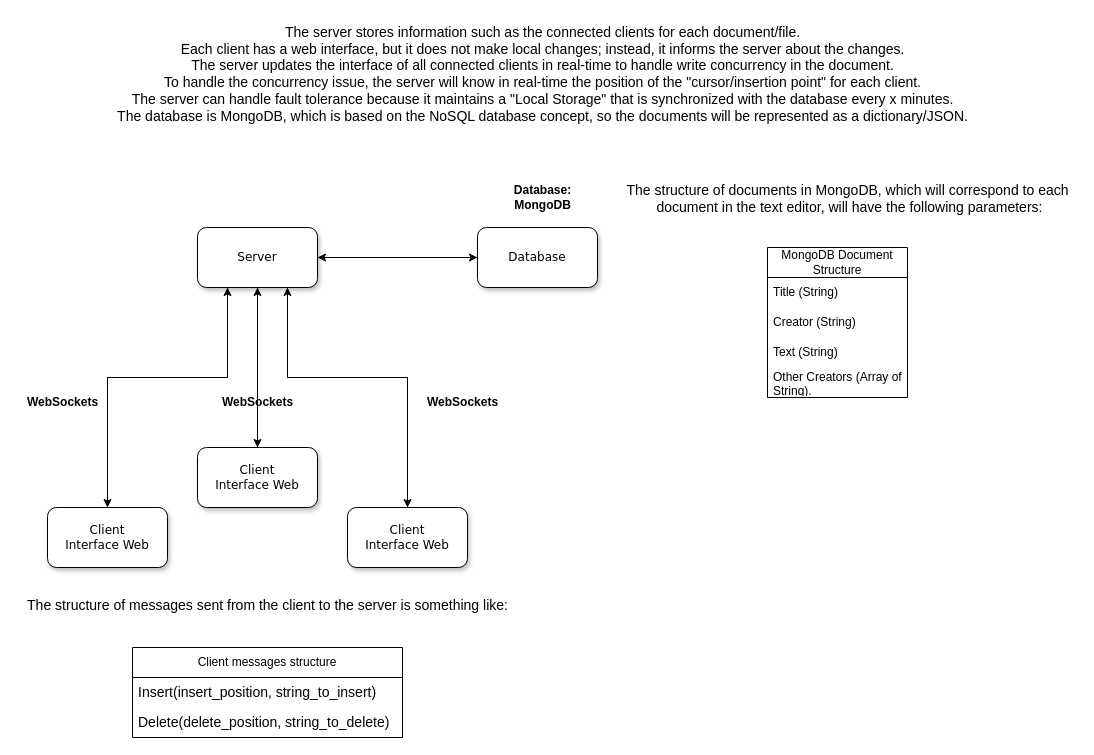
BrenoFariasdaSilva/TextSync keeps this draw.io diagram as assets/English/TextSync-EN.drawio. Above is the earlier version. Source tidied: cells renumbered, new cells numbered last; positions are measured from the earlier drawing's top-left corner, leaving out a move shared by most shapes. Both pictures are drawn from the tidied source at 100%, with x=0, y=0 at pixel (17, 17).
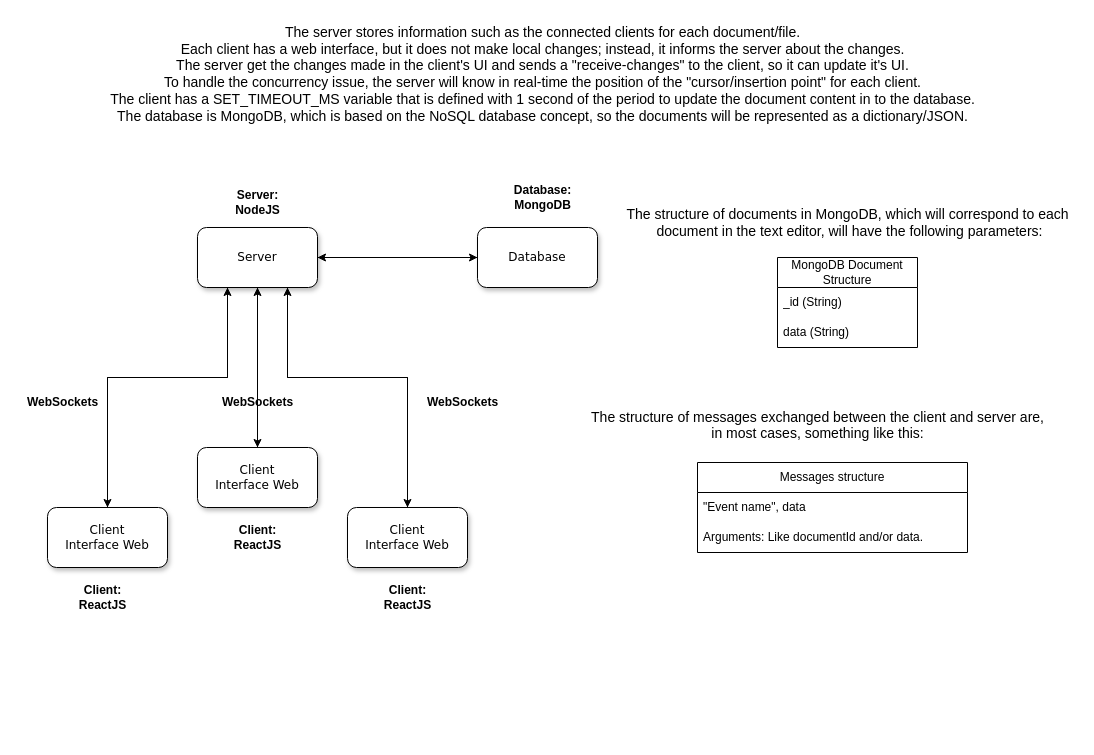
The same diagram, later.

What changed in the source:
```diff
@@
     <mxCell id="19" value="MongoDB Document Structure" style="swimlane;fontStyle=0;horizontal=1;startSize=30;whiteSpace=wrap;html=1;" parent="1" vertex="1">
-      <mxGeometry x="750" y="230" width="140" height="150" as="geometry" />
+      <mxGeometry x="760" y="240" width="140" height="90" as="geometry" />
     </mxCell>
-    <mxCell id="20" value="Title (String)" style="text;strokeColor=none;fillColor=none;align=left;verticalAlign=middle;spacingLeft=4;spacingRight=4;overflow=hidden;whiteSpace=wrap;html=1;" parent="19" vertex="1">
+    <mxCell id="20" value="_id (String)" style="text;strokeColor=none;fillColor=none;align=left;verticalAlign=middle;spacingLeft=4;spacingRight=4;overflow=hidden;whiteSpace=wrap;html=1;" parent="19" vertex="1">
       <mxGeometry y="30" width="140" height="30" as="geometry" />
     </mxCell>
-    <mxCell id="21" value="Creator (String)" style="text;strokeColor=none;fillColor=none;align=left;verticalAlign=middle;spacingLeft=4;spacingRight=4;overflow=hidden;whiteSpace=wrap;html=1;" parent="19" vertex="1">
+    <mxCell id="21" value="data (String)" style="text;strokeColor=none;fillColor=none;align=left;verticalAlign=middle;spacingLeft=4;spacingRight=4;overflow=hidden;whiteSpace=wrap;html=1;" parent="19" vertex="1">
       <mxGeometry y="60" width="140" height="30" as="geometry" />
     </mxCell>
-    <mxCell id="22" value="Text  (String)" style="text;strokeColor=none;fillColor=none;align=left;verticalAlign=middle;spacingLeft=4;spacingRight=4;overflow=hidden;whiteSpace=wrap;html=1;" parent="19" vertex="1">
-      <mxGeometry y="90" width="140" height="30" as="geometry" />
-    </mxCell>
-    <mxCell id="23" value="Other Creators (Array of String)." style="text;strokeColor=none;fillColor=none;align=left;verticalAlign=middle;spacingLeft=4;spacingRight=4;overflow=hidden;whiteSpace=wrap;html=1;" parent="19" vertex="1">
-      <mxGeometry y="120" width="140" height="30" as="geometry" />
-    </mxCell>
-    <mxCell id="24" value="&lt;div&gt;&lt;font style=&quot;font-size: 14px;&quot;&gt;The structure of documents in MongoDB, which will correspond to each&lt;/font&gt;&lt;/div&gt;&lt;div&gt;&lt;font style=&quot;font-size: 14px;&quot;&gt;&amp;nbsp;document in the text editor, will have the following parameters:&lt;/font&gt;&lt;/div&gt;&lt;font style=&quot;font-size: 14px;&quot;&gt;&lt;br&gt;&lt;/font&gt;" style="text;html=1;align=center;verticalAlign=middle;strokeColor=none;fillColor=none;" parent="1" vertex="1">
-      <mxGeometry x="600" y="160" width="460" height="60" as="geometry" />
+    <mxCell id="24" value="&lt;div&gt;&lt;font style=&quot;font-size: 14px;&quot;&gt;The structure of documents in MongoDB, which will correspond to each&lt;/font&gt;&lt;/div&gt;&lt;div&gt;&lt;font style=&quot;font-size: 14px;&quot;&gt;&amp;nbsp;document in the text editor, will have the following parameters:&lt;/font&gt;&lt;/div&gt;&lt;font style=&quot;font-size: 14px;&quot;&gt;&lt;/font&gt;" style="text;html=1;align=center;verticalAlign=middle;strokeColor=none;fillColor=none;" parent="1" vertex="1">
+      <mxGeometry x="600" y="180" width="460" height="50" as="geometry" />
     </mxCell>
-    <mxCell id="25" value="&lt;font style=&quot;font-size: 14px;&quot;&gt;The structure of messages sent from the client to the server is something like:&lt;/font&gt;&lt;div&gt;&lt;br&gt;&lt;/div&gt;" style="text;html=1;align=center;verticalAlign=middle;strokeColor=none;fillColor=none;" parent="1" vertex="1">
-      <mxGeometry y="575" width="500" height="40" as="geometry" />
+    <mxCell id="25" value="&lt;div&gt;&lt;font style=&quot;font-size: 14px;&quot;&gt;The structure of messages exchanged between the client and server are, &lt;br&gt;&lt;/font&gt;&lt;/div&gt;&lt;div&gt;&lt;font style=&quot;font-size: 14px;&quot;&gt;in most cases, something like this:&lt;/font&gt;&lt;/div&gt;&lt;div&gt;&lt;br&gt;&lt;/div&gt;" style="text;html=1;align=center;verticalAlign=middle;strokeColor=none;fillColor=none;" parent="1" vertex="1">
+      <mxGeometry x="565" y="385" width="470" height="60" as="geometry" />
     </mxCell>
-    <mxCell id="26" value="Client messages structure" style="swimlane;fontStyle=0;horizontal=1;startSize=30;whiteSpace=wrap;html=1;" parent="1" vertex="1">
-      <mxGeometry x="115" y="630" width="270" height="90" as="geometry" />
+    <mxCell id="26" value="Messages structure" style="swimlane;fontStyle=0;horizontal=1;startSize=30;whiteSpace=wrap;html=1;" parent="1" vertex="1">
+      <mxGeometry x="680" y="445" width="270" height="90" as="geometry" />
     </mxCell>
-    <mxCell id="27" value="&lt;font style=&quot;font-size: 14px;&quot;&gt;&lt;font style=&quot;font-size: 14px;&quot;&gt;Insert(insert_position, string_to_insert)&lt;/font&gt;&lt;/font&gt;" style="text;strokeColor=none;fillColor=none;align=left;verticalAlign=middle;spacingLeft=4;spacingRight=4;overflow=hidden;whiteSpace=wrap;html=1;" parent="26" vertex="1">
+    <mxCell id="27" value="&quot;Event name&quot;, data" style="text;strokeColor=none;fillColor=none;align=left;verticalAlign=middle;spacingLeft=4;spacingRight=4;overflow=hidden;whiteSpace=wrap;html=1;" parent="26" vertex="1">
       <mxGeometry y="30" width="270" height="30" as="geometry" />
     </mxCell>
-    <mxCell id="28" value="&lt;font style=&quot;font-size: 14px;&quot;&gt;&lt;font style=&quot;font-size: 14px;&quot;&gt;Delete(delete_position, string_to_&lt;/font&gt;&lt;/font&gt;&lt;font style=&quot;font-size: 14px;&quot;&gt;&lt;font style=&quot;font-size: 14px;&quot;&gt;delete&lt;/font&gt;&lt;/font&gt;&lt;font style=&quot;font-size: 14px;&quot;&gt;&lt;font style=&quot;font-size: 14px;&quot;&gt;)&lt;/font&gt;&lt;/font&gt;" style="text;strokeColor=none;fillColor=none;align=left;verticalAlign=middle;spacingLeft=4;spacingRight=4;overflow=hidden;whiteSpace=wrap;html=1;" parent="26" vertex="1">
+    <mxCell id="28" value="Arguments: Like documentId and/or data." style="text;strokeColor=none;fillColor=none;align=left;verticalAlign=middle;spacingLeft=4;spacingRight=4;overflow=hidden;whiteSpace=wrap;html=1;" parent="26" vertex="1">
       <mxGeometry y="60" width="270" height="30" as="geometry" />
     </mxCell>
-    <mxCell id="29" value="&lt;font style=&quot;font-size: 14px;&quot;&gt;The server stores information such as the connected clients for each document/file.&lt;br&gt;Each client has a web interface, but it does not make local changes; instead, it informs the server about the changes.&lt;br&gt;The server updates the interface of all connected clients in real-time to handle write concurrency in the document.&lt;br&gt;To handle the concurrency issue, the server will know in real-time the position of the &quot;cursor/insertion point&quot; for each client.&lt;br&gt;The server can handle fault tolerance because it maintains a &quot;Local Storage&quot; that is synchronized with the database every x minutes.&lt;br&gt;The database is MongoDB, which is based on the NoSQL database concept, so the documents will be represented as a dictionary/JSON.&lt;br&gt;&lt;br&gt;&lt;/font&gt;" style="text;html=1;align=center;verticalAlign=middle;strokeColor=none;fillColor=none;" parent="1" vertex="1">
-      <mxGeometry x="90" width="870" height="130" as="geometry" />
+    <mxCell id="29" value="&lt;font style=&quot;font-size: 14px;&quot;&gt;The server stores information such as the connected clients for each document/file.&lt;br&gt;Each client has a web interface, but it does not make local changes; instead, it informs the server about the changes.&lt;br&gt;The server get the changes made in the client's UI and sends a &quot;receive-changes&quot; to the client, so it can update it's UI.&lt;br&gt;To handle the concurrency issue, the server will know in real-time the position of the &quot;cursor/insertion point&quot; for each client.&lt;br&gt;The client has a SET_TIMEOUT_MS variable that is defined with 1 second of the period to update the document content in to the database.&lt;br&gt;The database is MongoDB, which is based on the NoSQL database concept, so the documents will be represented as a dictionary/JSON.&lt;br&gt;&lt;br&gt;&lt;/font&gt;" style="text;html=1;align=center;verticalAlign=middle;strokeColor=none;fillColor=none;" parent="1" vertex="1">
+      <mxGeometry x="80" width="890" height="130" as="geometry" />
     </mxCell>
+    <mxCell id="30" value="&lt;div&gt;&lt;b&gt;Server:&lt;/b&gt;&lt;/div&gt;&lt;div&gt;&lt;b&gt;NodeJS&lt;br&gt;&lt;/b&gt;&lt;/div&gt;" style="text;html=1;align=center;verticalAlign=middle;strokeColor=none;fillColor=none;" parent="1" vertex="1">
+      <mxGeometry x="205" y="165" width="70" height="40" as="geometry" />
+    </mxCell>
+    <mxCell id="31" value="&lt;div&gt;&lt;b&gt;Client:&lt;/b&gt;&lt;/div&gt;&lt;div&gt;&lt;b&gt;ReactJS&lt;br&gt;&lt;/b&gt;&lt;/div&gt;" style="text;html=1;align=center;verticalAlign=middle;strokeColor=none;fillColor=none;" parent="1" vertex="1">
+      <mxGeometry x="50" y="560" width="70" height="40" as="geometry" />
+    </mxCell>
+    <mxCell id="32" value="&lt;div&gt;&lt;b&gt;Client:&lt;/b&gt;&lt;/div&gt;&lt;div&gt;&lt;b&gt;ReactJS&lt;br&gt;&lt;/b&gt;&lt;/div&gt;" style="text;html=1;align=center;verticalAlign=middle;strokeColor=none;fillColor=none;" parent="1" vertex="1">
+      <mxGeometry x="205" y="500" width="70" height="40" as="geometry" />
+    </mxCell>
+    <mxCell id="33" value="&lt;div&gt;&lt;b&gt;Client:&lt;/b&gt;&lt;/div&gt;&lt;div&gt;&lt;b&gt;ReactJS&lt;br&gt;&lt;/b&gt;&lt;/div&gt;" style="text;html=1;align=center;verticalAlign=middle;strokeColor=none;fillColor=none;" parent="1" vertex="1">
+      <mxGeometry x="355" y="560" width="70" height="40" as="geometry" />
+    </mxCell>
```
